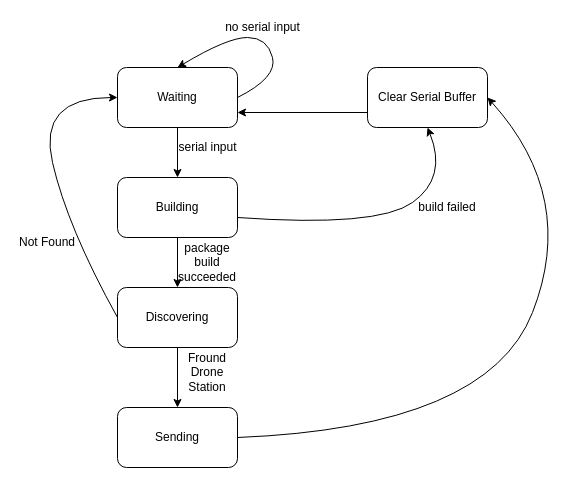
Above: documentation/Diagrams/Ground States.drawio in nkendler/esp32-lora-drone-delivery (draw.io), before the change. Source tidied: cells renumbered, new cells numbered last; positions are measured from the earlier drawing's top-left corner, leaving out a move shared by most shapes. Both pictures are drawn from the tidied source at 100%, with x=0, y=0 at pixel (17, 17).
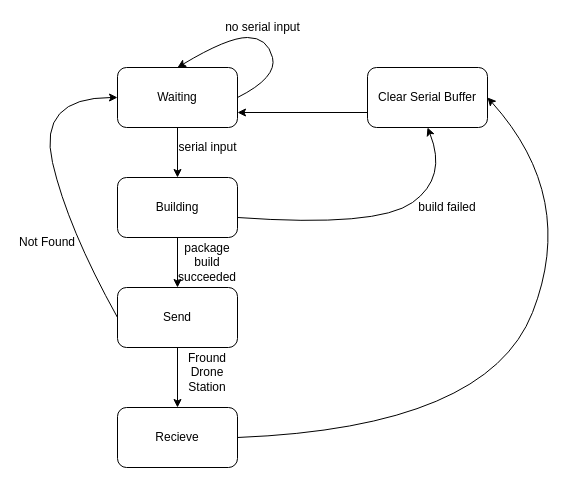
The same diagram, later.

Commit message (it also covers changes not shown here):
- rewrite ground station

Diff of the diagram source:
```diff
@@
-    <mxCell id="7" value="Discovering" style="rounded=1;whiteSpace=wrap;html=1;" parent="1" vertex="1">
+    <mxCell id="7" value="Send" style="rounded=1;whiteSpace=wrap;html=1;" parent="1" vertex="1">
       <mxGeometry x="100" y="270" width="120" height="60" as="geometry" />
     </mxCell>
-    <mxCell id="8" value="Sending" style="rounded=1;whiteSpace=wrap;html=1;" parent="1" vertex="1">
+    <mxCell id="8" value="Recieve" style="rounded=1;whiteSpace=wrap;html=1;" parent="1" vertex="1">
       <mxGeometry x="100" y="390" width="120" height="60" as="geometry" />
     </mxCell>
```
